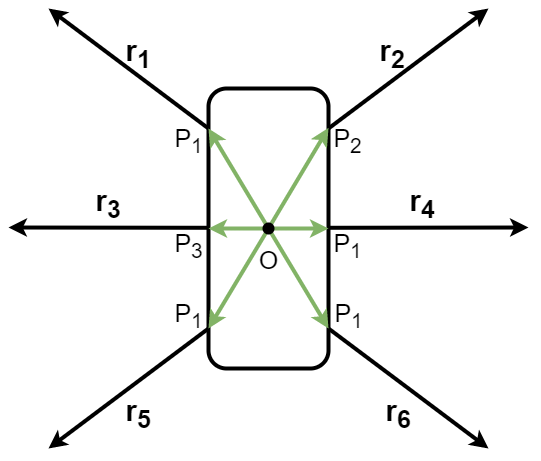
Before: Documents/ロボット全体_マニピュレータ図.drawio.png, a diagram exported from draw.io (takanezawa0829/robot_contest). Source tidied: cells renumbered, new cells last; positions are measured from the earlier drawing's top-left corner, leaving out a move shared by most shapes.
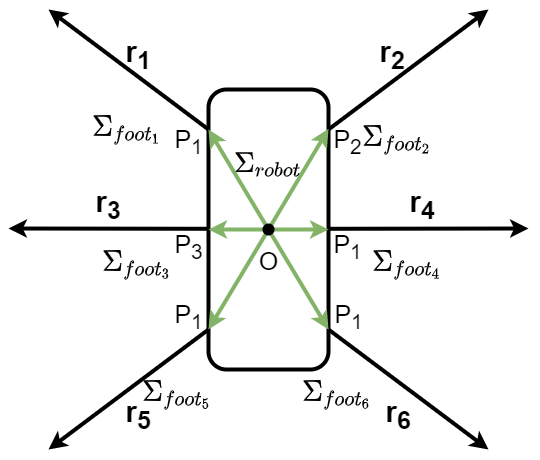
After the commit.

Diff of the diagram source:
```diff
@@ -1,4 +1,4 @@
-<mxGraphModel>
+<mxGraphModel math="1">
   <root>
     <mxCell id="0" />
     <mxCell id="1" parent="0" />
@@ -108,5 +108,26 @@
     <mxCell id="28" value="&lt;font style=&quot;font-size: 25px&quot;&gt;P&lt;sub&gt;1&lt;/sub&gt;&lt;/font&gt;" style="text;html=1;align=center;verticalAlign=middle;strokeColor=none;fillColor=none;fontSize=30;" parent="1" vertex="1">
       <mxGeometry x="320" y="280" width="40" height="50" as="geometry" />
     </mxCell>
+    <mxCell id="29" value="&lt;b&gt;&lt;font style=&quot;font-size: 24px&quot;&gt;`\Sigma_{rob ot}`&lt;/font&gt;&lt;br&gt;&lt;/b&gt;" style="text;html=1;strokeColor=none;fillColor=none;align=center;verticalAlign=middle;whiteSpace=wrap;rounded=0;" parent="1" vertex="1">
+      <mxGeometry x="230" y="140" width="60" height="30" as="geometry" />
+    </mxCell>
+    <mxCell id="30" value="&lt;b&gt;&lt;font style=&quot;font-size: 24px&quot;&gt;`\Sigma_{fo ot_{3}}`&lt;/font&gt;&lt;br&gt;&lt;/b&gt;" style="text;html=1;strokeColor=none;fillColor=none;align=center;verticalAlign=middle;whiteSpace=wrap;rounded=0;" parent="1" vertex="1">
+      <mxGeometry x="40" y="240" width="180" height="30" as="geometry" />
+    </mxCell>
+    <mxCell id="31" value="&lt;b&gt;&lt;font style=&quot;font-size: 24px&quot;&gt;`\Sigma_{fo ot_{1}}`&lt;/font&gt;&lt;br&gt;&lt;/b&gt;" style="text;html=1;strokeColor=none;fillColor=none;align=center;verticalAlign=middle;whiteSpace=wrap;rounded=0;" parent="1" vertex="1">
+      <mxGeometry x="30" y="105" width="180" height="30" as="geometry" />
+    </mxCell>
+    <mxCell id="32" value="&lt;b&gt;&lt;font style=&quot;font-size: 24px&quot;&gt;`\Sigma_{fo ot_{2}}`&lt;/font&gt;&lt;br&gt;&lt;/b&gt;" style="text;html=1;strokeColor=none;fillColor=none;align=center;verticalAlign=middle;whiteSpace=wrap;rounded=0;" parent="1" vertex="1">
+      <mxGeometry x="300" y="115" width="180" height="30" as="geometry" />
+    </mxCell>
+    <mxCell id="33" value="&lt;b&gt;&lt;font style=&quot;font-size: 24px&quot;&gt;`\Sigma_{fo ot_{4}}`&lt;/font&gt;&lt;br&gt;&lt;/b&gt;" style="text;html=1;strokeColor=none;fillColor=none;align=center;verticalAlign=middle;whiteSpace=wrap;rounded=0;" parent="1" vertex="1">
+      <mxGeometry x="310" y="240" width="180" height="30" as="geometry" />
+    </mxCell>
+    <mxCell id="34" value="&lt;b&gt;&lt;font style=&quot;font-size: 24px&quot;&gt;`\Sigma_{fo ot_{5}}`&lt;/font&gt;&lt;br&gt;&lt;/b&gt;" style="text;html=1;strokeColor=none;fillColor=none;align=center;verticalAlign=middle;whiteSpace=wrap;rounded=0;" parent="1" vertex="1">
+      <mxGeometry x="80" y="370" width="180" height="30" as="geometry" />
+    </mxCell>
+    <mxCell id="35" value="&lt;b&gt;&lt;font style=&quot;font-size: 24px&quot;&gt;`\Sigma_{fo ot_{6}}`&lt;/font&gt;&lt;br&gt;&lt;/b&gt;" style="text;html=1;strokeColor=none;fillColor=none;align=center;verticalAlign=middle;whiteSpace=wrap;rounded=0;" parent="1" vertex="1">
+      <mxGeometry x="240" y="370" width="180" height="30" as="geometry" />
+    </mxCell>
   </root>
 </mxGraphModel>
```
